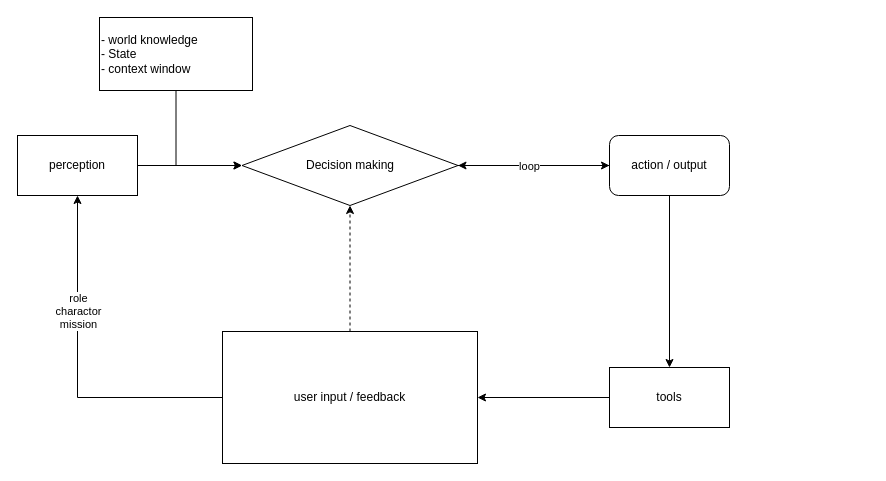
CaptainCCCP/Draw-io-cloud keeps this draw.io diagram as autogpt.drawio. Above is the earlier version. Source tidied: cells renumbered, new cells numbered last; positions are measured from the earlier drawing's top-left corner, leaving out a move shared by most shapes. Both pictures are drawn from the tidied source at 100%, with x=0, y=0 at pixel (17, 17).
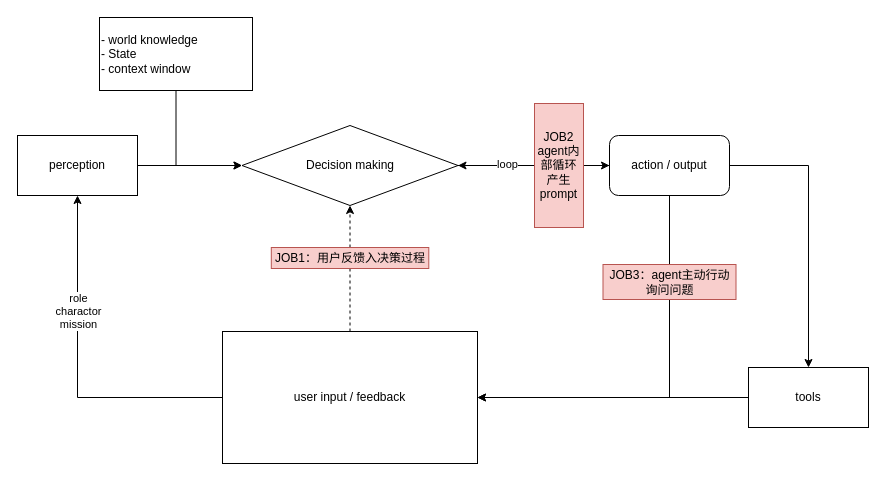
The same page after the edit.

Unchanged cells that the change refers to:
```xml
<mxCell id="11" value="user input / feedback" style="rounded=0;whiteSpace=wrap;html=1;" parent="1" vertex="1">
  <mxGeometry x="205" y="314" width="255" height="132" as="geometry" />
</mxCell>
<mxCell id="15" style="edgeStyle=orthogonalEdgeStyle;rounded=0;jettySize=auto;html=1;exitX=0;exitY=0.5;exitDx=0;exitDy=0;entryX=1;entryY=0.5;entryDx=0;entryDy=0;" parent="1" edge="1" source="17" target="7">
  <mxGeometry relative="1" as="geometry" />
</mxCell>
<mxCell id="17" value="action / output" style="rounded=1;whiteSpace=wrap;html=1;" parent="1" vertex="1">
  <mxGeometry x="592" y="118" width="120" height="60" as="geometry" />
</mxCell>
```

The edit, as a diff of the source:
```diff
@@
     <mxCell id="13" value="tools" style="rounded=0;whiteSpace=wrap;html=1;" parent="1" vertex="1">
-      <mxGeometry x="592" y="350" width="120" height="60" as="geometry" />
+      <mxGeometry x="731" y="350" width="120" height="60" as="geometry" />
     </mxCell>
-    <mxCell id="14" style="edgeStyle=orthogonalEdgeStyle;rounded=0;jettySize=auto;html=1;exitX=0.5;exitY=1;exitDx=0;exitDy=0;" parent="1" edge="1" source="17" target="13">
-      <mxGeometry relative="1" as="geometry" />
-    </mxCell>
@@
     <mxCell id="16" value="loop" style="edgeLabel;html=1;align=center;verticalAlign=middle;" parent="15" vertex="1">
       <mxGeometry x="0.21" y="1" relative="1" as="geometry">
-        <mxPoint x="11" y="-1" as="offset" />
+        <mxPoint x="-11" y="-3" as="offset" />
       </mxGeometry>
     </mxCell>
+    <mxCell id="18" style="edgeStyle=orthogonalEdgeStyle;rounded=0;jettySize=auto;html=1;exitX=0.5;exitY=1;exitDx=0;exitDy=0;entryX=1;entryY=0.5;entryDx=0;entryDy=0;" parent="1" edge="1" source="17" target="11">
+      <mxGeometry relative="1" as="geometry" />
+    </mxCell>
+    <mxCell id="14" style="edgeStyle=orthogonalEdgeStyle;rounded=0;jettySize=auto;html=1;exitX=1;exitY=0.5;exitDx=0;exitDy=0;entryX=0.5;entryY=0;entryDx=0;entryDy=0;" parent="1" edge="1" source="17" target="13">
+      <mxGeometry relative="1" as="geometry" />
+    </mxCell>
@@
+    <mxCell id="19" value="JOB1：用户反馈入决策过程" style="rounded=0;whiteSpace=wrap;html=1;fillColor=#f8cecc;strokeColor=#b85450;" parent="1" vertex="1">
+      <mxGeometry x="253.8" y="230" width="157.5" height="21" as="geometry" />
+    </mxCell>
+    <mxCell id="20" value="JOB2&lt;br&gt;agent内部循环产生prompt" style="rounded=0;whiteSpace=wrap;html=1;fillColor=#f8cecc;strokeColor=#b85450;" parent="1" vertex="1">
+      <mxGeometry x="517" y="86" width="49" height="124" as="geometry" />
+    </mxCell>
+    <mxCell id="21" value="JOB3：agent主动行动询问问题" style="rounded=0;whiteSpace=wrap;html=1;fillColor=#f8cecc;strokeColor=#b85450;" parent="1" vertex="1">
+      <mxGeometry x="585.5" y="247" width="133" height="35" as="geometry" />
+    </mxCell>
```
